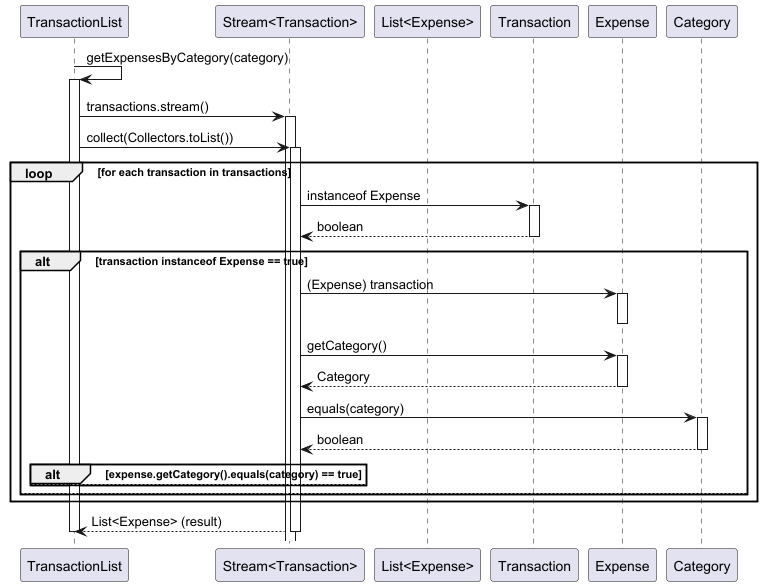
nus-cs2113-AY2425S1/tp keeps this PlantUML diagram as docs/diagrams/TransactionList/transactionlist-Sequence-SearchByCategoty-diagram.png. Above is the earlier version.
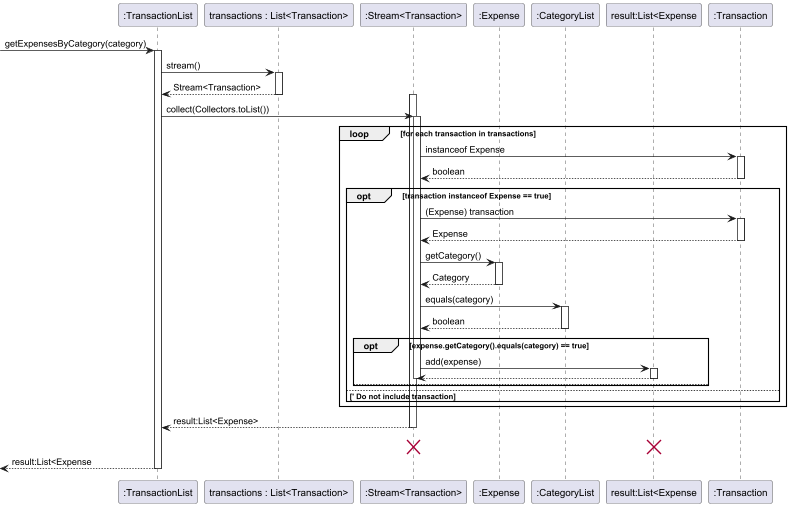
Above is the later version.

Change to the diagram source:
```diff
@@ -1,50 +1,54 @@
-@startuml
-participant "TransactionList" as TL
-participant "Stream<Transaction>" as Stream
-participant "List<Expense>" as ResultList
-participant "Transaction" as Transaction
-participant "Expense" as Expense
-participant "Category" as Category
-
-TL -> TL: getExpensesByCategory(category)
+@startuml' Define the participants
+participant ":TransactionList" as TL
+participant "transactions : List<Transaction>" as Transactions
+participant ":Stream<Transaction>" as Stream
+participant ":Expense" as Expense
+participant ":CategoryList" as Category
+participant "result:List<Expense" as ResultList
+participant ":Transaction" as Transaction
+-> TL: getExpensesByCategory(category)
 activate TL
-
-TL -> Stream: transactions.stream()
+TL -> Transactions: stream()
+activate Transactions
+Transactions --> TL: Stream<Transaction>
+deactivate Transactions
 activate Stream
-
 TL -> Stream: collect(Collectors.toList())
 activate Stream
-
 loop for each transaction in transactions
     Stream -> Transaction: instanceof Expense
     activate Transaction
     Transaction --> Stream: boolean
     deactivate Transaction
-
-    alt transaction instanceof Expense == true
-        Stream -> Expense: (Expense) transaction
-        activate Expense
-        deactivate Expense
-
+    opt transaction instanceof Expense == true
+        Stream -> Transaction: (Expense) transaction
+        activate Transaction
+        Transaction --> Stream: Expense
+        deactivate Transaction
         Stream -> Expense: getCategory()
         activate Expense
         Expense --> Stream: Category
         deactivate Expense
-
         Stream -> Category: equals(category)
         activate Category
         Category --> Stream: boolean
         deactivate Category
-
-        alt expense.getCategory().equals(category) == true
-        else
-        end
-    else
+        opt expense.getCategory().equals(category) == true
+            Stream -> ResultList: add(expense)
+            activate ResultList
+            ResultList --> Stream
+            deactivate ResultList
+            deactivate Stream
+            else
+            end
+    else        ' Do not include transaction
     end
 end
-
-Stream --> TL: List<Expense> (result)
+Stream --> TL: result:List<Expense>
 deactivate Stream
-
+"Stream" -[hidden]> "Stream" :
+destroy Stream
+destroy ResultList
+<-- TL : result:List<Expense
 deactivate TL
 @enduml
```
